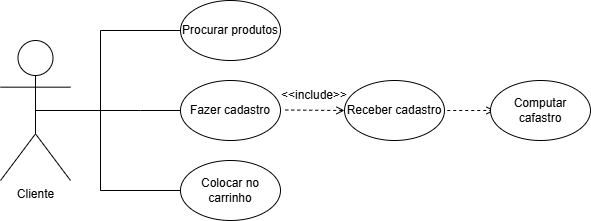
Zaibam/Projeto-DS keeps this draw.io diagram as caso de uso.png. Above is the earlier version. Source tidied: cells renumbered, new cells last; positions are measured from the earlier drawing's top-left corner, leaving out a move shared by most shapes.
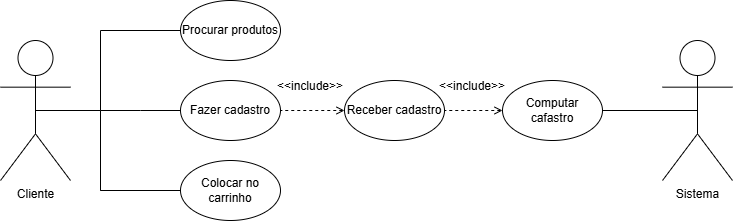
After the commit.

Change to the diagram source:
```diff
@@ -43,25 +43,29 @@
     <mxCell id="8" value="Colocar no carrinho" style="ellipse;whiteSpace=wrap;html=1;" parent="1" vertex="1">
       <mxGeometry x="180" y="160" width="100" height="60" as="geometry" />
     </mxCell>
-    <mxCell id="9" style="endArrow=none;dashed=1;html=1;rounded=0;startArrow=open;startFill=0;exitX=0;exitY=0.5;exitDx=0;exitDy=0;" parent="1" edge="1" source="10">
-      <mxGeometry relative="1" as="geometry">
-        <mxPoint x="284" y="109.5" as="targetPoint" />
-      </mxGeometry>
+    <mxCell id="9" style="endArrow=none;dashed=1;html=1;rounded=0;startArrow=open;startFill=0;entryX=1;entryY=0.5;entryDx=0;entryDy=0;exitX=0;exitY=0.5;exitDx=0;exitDy=0;" parent="1" edge="1" source="10" target="7">
+      <mxGeometry relative="1" as="geometry" />
     </mxCell>
     <mxCell id="10" value="Receber cadastro" style="ellipse;whiteSpace=wrap;html=1;" parent="1" vertex="1">
       <mxGeometry x="344" y="80" width="100" height="60" as="geometry" />
     </mxCell>
     <mxCell id="11" value="&amp;lt;&amp;lt;include&amp;gt;&amp;gt;" style="text;strokeColor=none;align=center;fillColor=none;html=1;verticalAlign=middle;whiteSpace=wrap;rounded=0;" parent="1" vertex="1">
-      <mxGeometry x="284" y="80" width="60" height="30" as="geometry" />
+      <mxGeometry x="280" y="71" width="60" height="30" as="geometry" />
     </mxCell>
-    <mxCell id="12" style="endArrow=none;dashed=1;html=1;rounded=0;exitX=1;exitY=0.5;exitDx=0;exitDy=0;startArrow=open;startFill=0;" parent="1" edge="1">
-      <mxGeometry relative="1" as="geometry">
-        <mxPoint x="494" y="110" as="sourcePoint" />
-        <mxPoint x="444" y="110" as="targetPoint" />
-      </mxGeometry>
+    <mxCell id="12" style="endArrow=none;dashed=1;html=1;rounded=0;exitX=0;exitY=0.5;exitDx=0;exitDy=0;startArrow=open;startFill=0;entryX=1;entryY=0.5;entryDx=0;entryDy=0;" parent="1" edge="1" source="13" target="10">
+      <mxGeometry relative="1" as="geometry" />
     </mxCell>
     <mxCell id="13" value="Computar cafastro" style="ellipse;whiteSpace=wrap;html=1;" parent="1" vertex="1">
-      <mxGeometry x="490" y="80" width="100" height="60" as="geometry" />
+      <mxGeometry x="502" y="80" width="100" height="60" as="geometry" />
     </mxCell>
+    <mxCell id="14" value="&amp;lt;&amp;lt;include&amp;gt;&amp;gt;" style="text;strokeColor=none;align=center;fillColor=none;html=1;verticalAlign=middle;whiteSpace=wrap;rounded=0;" parent="1" vertex="1">
+      <mxGeometry x="442" y="71" width="60" height="30" as="geometry" />
+    </mxCell>
+    <mxCell id="15" value="Sistema" style="shape=umlActor;verticalLabelPosition=bottom;verticalAlign=top;html=1;outlineConnect=0;" parent="1" vertex="1">
+      <mxGeometry x="662" y="40" width="70" height="140" as="geometry" />
+    </mxCell>
+    <mxCell id="16" style="endArrow=none;html=1;rounded=0;exitX=1;exitY=0.5;exitDx=0;exitDy=0;entryX=0.5;entryY=0.5;entryDx=0;entryDy=0;entryPerimeter=0;" parent="1" edge="1" source="13" target="15">
+      <mxGeometry relative="1" as="geometry" />
+    </mxCell>
   </root>
 </mxGraphModel>
```
